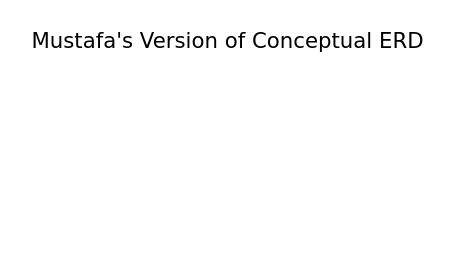
Above: page "Conceptual ERD - Mustafa's Version" (1 of 3) of ERDs/Conceptual ERDs.drawio in call911kid/ITI-LMS (draw.io), before the change. Source tidied: cells renumbered, new cells numbered last; positions are measured from the earlier drawing's top-left corner, leaving out a move shared by most shapes. Both pictures are drawn from the tidied source at 125%, with x=0, y=0 at pixel (21, 21).
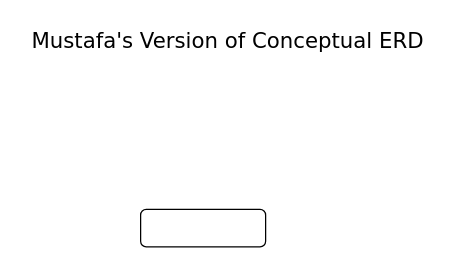
After the change.

Diff of the diagram source:
```diff
@@
 <mxGraphModel>
   <root>
     <mxCell id="0" />
     <mxCell id="1" parent="0" />
     <mxCell id="2" value="Mustafa's Version of Conceptual ERD" style="text;html=1;whiteSpace=wrap;strokeColor=none;fillColor=none;align=center;verticalAlign=middle;rounded=0;fontFamily=Verdana;fontSize=17;" parent="1" vertex="1">
       <mxGeometry width="330" height="30" as="geometry" />
     </mxCell>
+    <mxCell id="3" style="rounded=1;whiteSpace=wrap;html=1;" parent="1" vertex="1">
+      <mxGeometry x="95" y="150" width="100" height="30" as="geometry" />
+    </mxCell>
   </root>
 </mxGraphModel>
```
